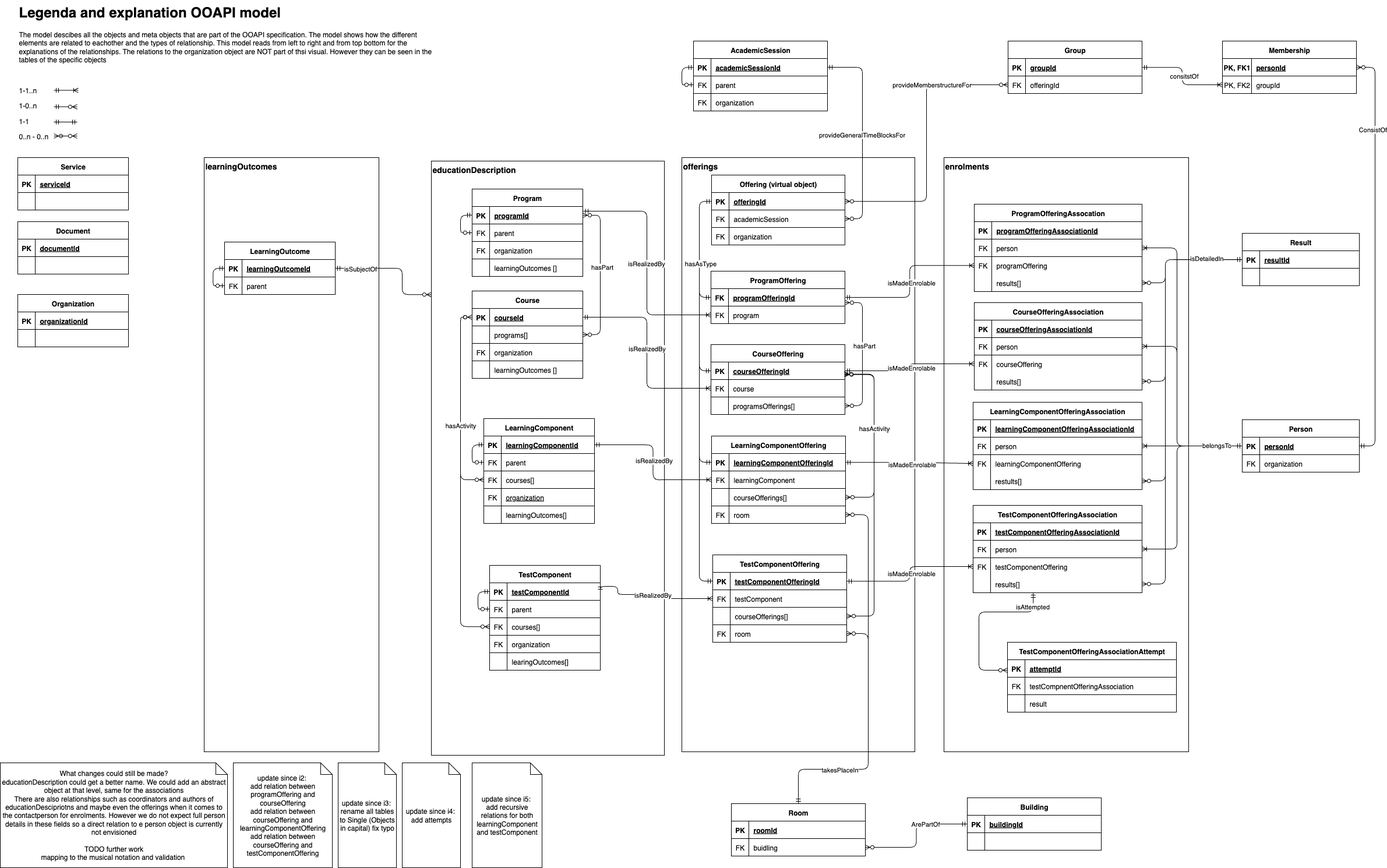
This is v6/ooapi_v6.png from open-education-api/specification, a draw.io export, as it was before one commit. Source tidied: cells renumbered, new cells last; positions are measured from the earlier drawing's top-left corner, leaving out a move shared by most shapes.
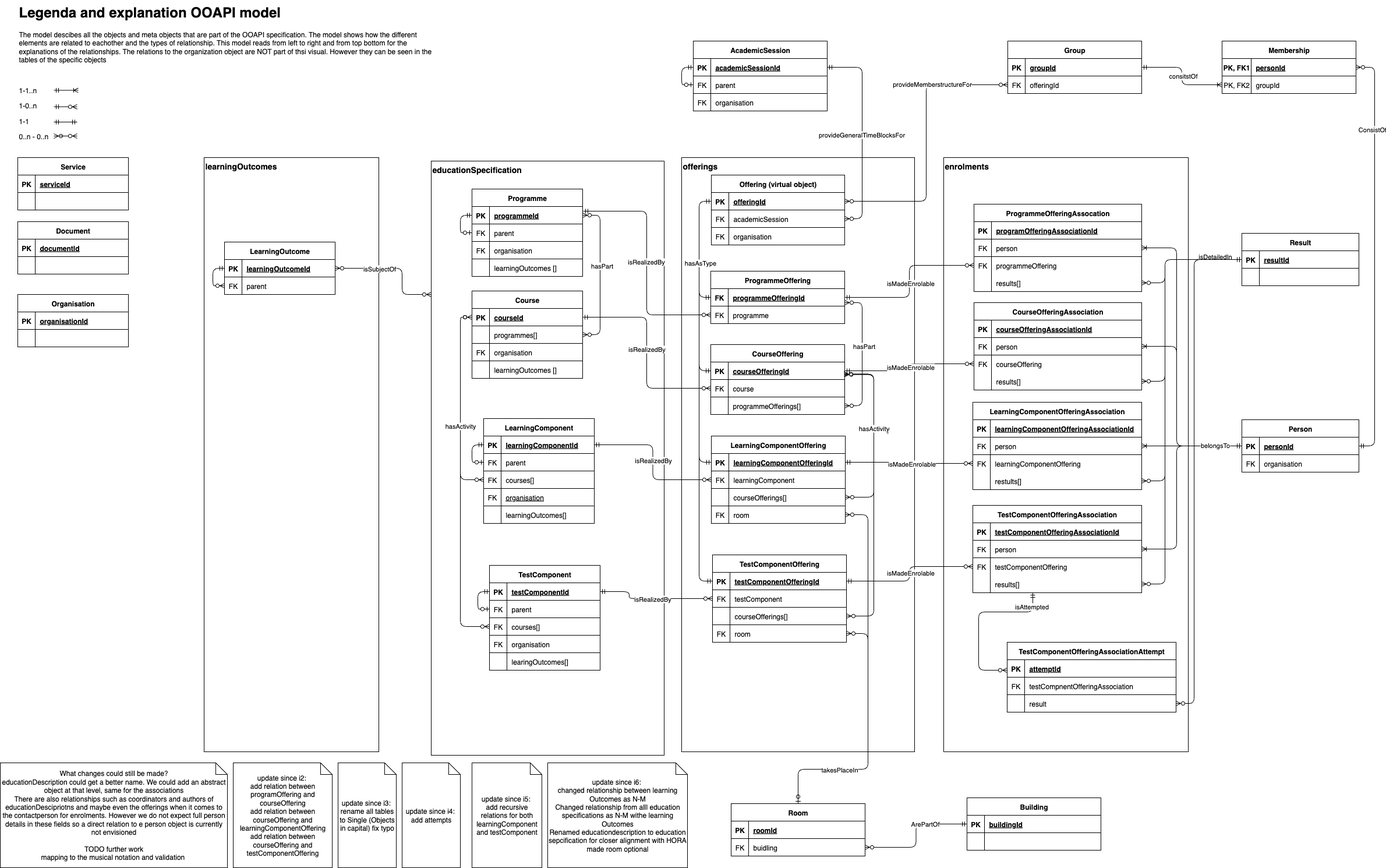
After the change.

Commit message:
fix HORA alignment on leanringOutcomes fix model with language to UK english

Change to the diagram source:
```diff
@@ -7,3 +7,3 @@
     </mxCell>
-    <mxCell id="3" value="&lt;font style=&quot;font-size: 14px;&quot;&gt;&lt;b&gt;educationDescription&lt;/b&gt;&lt;/font&gt;" style="rounded=0;whiteSpace=wrap;html=1;align=left;verticalAlign=top;" parent="1" vertex="1">
+    <mxCell id="3" value="&lt;font style=&quot;font-size: 14px;&quot;&gt;&lt;b&gt;educationSpecification&lt;/b&gt;&lt;/font&gt;" style="rounded=0;whiteSpace=wrap;html=1;align=left;verticalAlign=top;" parent="1" vertex="1">
       <mxGeometry x="740" y="276" width="400" height="1020" as="geometry" />
@@ -16,3 +16,3 @@
     </mxCell>
-    <mxCell id="6" style="edgeStyle=orthogonalEdgeStyle;endArrow=ERoneToMany;startArrow=ERmandOne;endFill=0;startFill=0;entryX=0;entryY=0.5;entryDx=0;entryDy=0;" parent="1" edge="1" source="9" target="25">
+    <mxCell id="6" style="edgeStyle=orthogonalEdgeStyle;endArrow=ERzeroToMany;startArrow=ERmandOne;endFill=0;startFill=0;entryX=0;entryY=0.5;entryDx=0;entryDy=0;" parent="1" edge="1" source="9" target="25">
       <mxGeometry relative="1" as="geometry" />
@@ -40,3 +40,3 @@
     </mxCell>
-    <mxCell id="14" value="programs[]" style="shape=partialRectangle;overflow=hidden;fillColor=none;top=0;left=0;bottom=0;right=0;align=left;spacingLeft=6;fontStyle=0;" parent="12" vertex="1">
+    <mxCell id="14" value="programmes[]" style="shape=partialRectangle;overflow=hidden;fillColor=none;top=0;left=0;bottom=0;right=0;align=left;spacingLeft=6;fontStyle=0;" parent="12" vertex="1">
       <mxGeometry x="30" width="160" height="30" as="geometry" />
@@ -49,3 +49,3 @@
     </mxCell>
-    <mxCell id="17" value="organization" style="shape=partialRectangle;overflow=hidden;fillColor=none;top=0;left=0;bottom=0;right=0;align=left;spacingLeft=6;fontStyle=0;" parent="15" vertex="1">
+    <mxCell id="17" value="organisation" style="shape=partialRectangle;overflow=hidden;fillColor=none;top=0;left=0;bottom=0;right=0;align=left;spacingLeft=6;fontStyle=0;" parent="15" vertex="1">
       <mxGeometry x="30" width="160" height="30" as="geometry" />
@@ -88,3 +88,3 @@
     </mxCell>
-    <mxCell id="30" value="programsOfferings[]" style="shape=partialRectangle;overflow=hidden;fillColor=none;top=0;left=0;bottom=0;right=0;align=left;spacingLeft=6;" parent="28" vertex="1">
+    <mxCell id="30" value="programmeOfferings[]" style="shape=partialRectangle;overflow=hidden;fillColor=none;top=0;left=0;bottom=0;right=0;align=left;spacingLeft=6;" parent="28" vertex="1">
       <mxGeometry x="30" width="200" height="30" as="geometry" />
@@ -127,3 +127,3 @@
     </mxCell>
-    <mxCell id="43" value="organization" style="shape=partialRectangle;overflow=hidden;fillColor=none;top=0;left=0;bottom=0;right=0;align=left;spacingLeft=6;fontStyle=4;" parent="41" vertex="1">
+    <mxCell id="43" value="organisation" style="shape=partialRectangle;overflow=hidden;fillColor=none;top=0;left=0;bottom=0;right=0;align=left;spacingLeft=6;fontStyle=4;" parent="41" vertex="1">
       <mxGeometry x="30" width="160" height="30" as="geometry" />
@@ -145,3 +145,3 @@
     </mxCell>
-    <mxCell id="49" value="Program" style="shape=table;startSize=30;rowLines=0;fontStyle=1;align=center;" parent="1" vertex="1">
+    <mxCell id="49" value="Programme" style="shape=table;startSize=30;rowLines=0;fontStyle=1;align=center;" parent="1" vertex="1">
       <mxGeometry x="810" y="324" width="190" height="150" as="geometry" />
@@ -154,3 +154,3 @@
     </mxCell>
-    <mxCell id="52" value="programId" style="shape=partialRectangle;overflow=hidden;fillColor=none;top=0;left=0;bottom=0;right=0;align=left;spacingLeft=6;fontStyle=5;" parent="50" vertex="1">
+    <mxCell id="52" value="programmeId" style="shape=partialRectangle;overflow=hidden;fillColor=none;top=0;left=0;bottom=0;right=0;align=left;spacingLeft=6;fontStyle=5;" parent="50" vertex="1">
       <mxGeometry x="30" width="160" height="30" as="geometry" />
@@ -172,3 +172,3 @@
     </mxCell>
-    <mxCell id="58" value="organization" style="shape=partialRectangle;overflow=hidden;fillColor=none;top=0;left=0;bottom=0;right=0;align=left;spacingLeft=6;fontStyle=0;" parent="56" vertex="1">
+    <mxCell id="58" value="organisation" style="shape=partialRectangle;overflow=hidden;fillColor=none;top=0;left=0;bottom=0;right=0;align=left;spacingLeft=6;fontStyle=0;" parent="56" vertex="1">
       <mxGeometry x="30" width="160" height="30" as="geometry" />
@@ -223,3 +223,3 @@
     </mxCell>
-    <mxCell id="75" value="organization" style="shape=partialRectangle;overflow=hidden;fillColor=none;top=0;left=0;bottom=0;right=0;align=left;spacingLeft=6;fontStyle=0;" parent="73" vertex="1">
+    <mxCell id="75" value="organisation" style="shape=partialRectangle;overflow=hidden;fillColor=none;top=0;left=0;bottom=0;right=0;align=left;spacingLeft=6;fontStyle=0;" parent="73" vertex="1">
       <mxGeometry x="30" width="160" height="30" as="geometry" />
@@ -251,3 +251,3 @@
     </mxCell>
-    <mxCell id="82" value="ProgramOffering" style="shape=table;startSize=30;rowLines=0;fontStyle=1;align=center;" parent="1" vertex="1">
+    <mxCell id="82" value="ProgrammeOffering" style="shape=table;startSize=30;rowLines=0;fontStyle=1;align=center;" parent="1" vertex="1">
       <mxGeometry x="1220" y="465" width="230" height="90" as="geometry" />
@@ -260,3 +260,3 @@
     </mxCell>
-    <mxCell id="85" value="programOfferingId" style="shape=partialRectangle;overflow=hidden;fillColor=none;top=0;left=0;bottom=0;right=0;align=left;spacingLeft=6;fontStyle=5;" parent="83" vertex="1">
+    <mxCell id="85" value="programmeOfferingId" style="shape=partialRectangle;overflow=hidden;fillColor=none;top=0;left=0;bottom=0;right=0;align=left;spacingLeft=6;fontStyle=5;" parent="83" vertex="1">
       <mxGeometry x="30" width="200" height="30" as="geometry" />
@@ -269,6 +269,6 @@
     </mxCell>
-    <mxCell id="88" value="program" style="shape=partialRectangle;overflow=hidden;fillColor=none;top=0;left=0;bottom=0;right=0;align=left;spacingLeft=6;" parent="86" vertex="1">
+    <mxCell id="88" value="programme" style="shape=partialRectangle;overflow=hidden;fillColor=none;top=0;left=0;bottom=0;right=0;align=left;spacingLeft=6;" parent="86" vertex="1">
       <mxGeometry x="30" width="200" height="30" as="geometry" />
     </mxCell>
-    <mxCell id="89" style="edgeStyle=orthogonalEdgeStyle;endArrow=ERoneToMany;startArrow=ERmandOne;endFill=0;startFill=0;exitX=1.005;exitY=0.267;exitDx=0;exitDy=0;exitPerimeter=0;" parent="1" edge="1" source="50" target="86">
+    <mxCell id="89" style="edgeStyle=orthogonalEdgeStyle;endArrow=ERzeroToMany;startArrow=ERmandOne;endFill=0;startFill=0;exitX=1.005;exitY=0.267;exitDx=0;exitDy=0;exitPerimeter=0;" parent="1" edge="1" source="50" target="86">
       <mxGeometry relative="1" as="geometry" />
@@ -398,3 +398,3 @@
     </mxCell>
-    <mxCell id="131" value="ProgramOfferingAssocation" style="shape=table;startSize=30;rowLines=0;fontStyle=1;align=center;" parent="1" vertex="1">
+    <mxCell id="131" value="ProgrammeOfferingAssocation" style="shape=table;startSize=30;rowLines=0;fontStyle=1;align=center;" parent="1" vertex="1">
       <mxGeometry x="1672" y="350" width="288" height="150" as="geometry" />
@@ -425,3 +425,3 @@
     </mxCell>
-    <mxCell id="140" value="programOffering" style="shape=partialRectangle;overflow=hidden;fillColor=none;top=0;left=0;bottom=0;right=0;align=left;spacingLeft=6;" parent="138" vertex="1">
+    <mxCell id="140" value="programmeOffering" style="shape=partialRectangle;overflow=hidden;fillColor=none;top=0;left=0;bottom=0;right=0;align=left;spacingLeft=6;" parent="138" vertex="1">
       <mxGeometry x="30" width="258" height="30" as="geometry" />
@@ -539,6 +539,6 @@
     </mxCell>
-    <mxCell id="178" style="edgeStyle=orthogonalEdgeStyle;rounded=1;jettySize=auto;html=1;exitX=0;exitY=0.5;exitDx=0;exitDy=0;endArrow=ERmandOne;startFill=0;startArrow=ERzeroToOne;endFill=0;curved=0;" parent="171" edge="1" source="175" target="172">
+    <mxCell id="178" style="edgeStyle=orthogonalEdgeStyle;rounded=1;jettySize=auto;html=1;exitX=0;exitY=0.5;exitDx=0;exitDy=0;endArrow=ERmandOne;startFill=0;startArrow=ERzeroToMany;endFill=0;curved=0;" parent="171" edge="1" source="175" target="172">
       <mxGeometry relative="1" as="geometry" />
     </mxCell>
-    <mxCell id="179" style="edgeStyle=orthogonalEdgeStyle;rounded=1;jettySize=auto;html=1;endArrow=ERmandOne;endFill=0;startArrow=ERzeroToMany;startFill=0;curved=0;entryX=1;entryY=0.5;entryDx=0;entryDy=0;" parent="1" edge="1" source="3" target="172">
+    <mxCell id="179" style="edgeStyle=orthogonalEdgeStyle;rounded=1;jettySize=auto;html=1;endArrow=ERzeroToMany;endFill=0;startArrow=ERzeroToMany;startFill=0;curved=0;entryX=1;entryY=0.5;entryDx=0;entryDy=0;" parent="1" edge="1" source="3" target="172">
       <mxGeometry relative="1" as="geometry">
@@ -551,5 +551,7 @@
     <mxCell id="180" value="isSubjectOf" style="edgeLabel;html=1;align=center;verticalAlign=middle;" parent="179" vertex="1">
-      <mxGeometry x="0.6" relative="1" as="geometry" />
+      <mxGeometry x="0.6" relative="1" as="geometry">
+        <mxPoint x="33" as="offset" />
+      </mxGeometry>
     </mxCell>
-    <mxCell id="181" style="edgeStyle=orthogonalEdgeStyle;rounded=1;jettySize=auto;html=1;exitX=1;exitY=0.5;exitDx=0;exitDy=0;entryX=0;entryY=0.5;entryDx=0;entryDy=0;endArrow=ERoneToMany;endFill=0;startArrow=ERmandOne;startFill=0;curved=0;" parent="1" edge="1" source="32" target="95">
+    <mxCell id="181" style="edgeStyle=orthogonalEdgeStyle;rounded=1;jettySize=auto;html=1;exitX=1;exitY=0.5;exitDx=0;exitDy=0;entryX=0;entryY=0.5;entryDx=0;entryDy=0;endArrow=ERzeroToMany;endFill=0;startArrow=ERmandOne;startFill=0;curved=0;" parent="1" edge="1" source="32" target="95">
       <mxGeometry relative="1" as="geometry" />
@@ -559,9 +561,7 @@
     </mxCell>
-    <mxCell id="183" style="edgeStyle=orthogonalEdgeStyle;rounded=1;jettySize=auto;html=1;endArrow=ERoneToMany;endFill=0;startArrow=ERmandOne;startFill=0;curved=0;exitX=1;exitY=0.5;exitDx=0;exitDy=0;entryX=0;entryY=0.5;entryDx=0;entryDy=0;" parent="1" edge="1" source="64" target="108">
+    <mxCell id="183" style="edgeStyle=orthogonalEdgeStyle;rounded=1;jettySize=auto;html=1;endArrow=ERzeroToMany;endFill=0;startArrow=ERmandOne;startFill=0;curved=0;exitX=1;exitY=0.5;exitDx=0;exitDy=0;entryX=0;entryY=0.5;entryDx=0;entryDy=0;" parent="1" edge="1" source="64" target="108">
       <mxGeometry relative="1" as="geometry">
         <Array as="points">
-          <mxPoint x="1060" y="1006" />
-          <mxPoint x="1060" y="1020" />
-          <mxPoint x="1120" y="1020" />
-          <mxPoint x="1120" y="1027" />
+          <mxPoint x="1080" y="1015" />
+          <mxPoint x="1080" y="1027" />
         </Array>
@@ -570,5 +570,7 @@
     <mxCell id="184" value="isRealizedBy" style="edgeLabel;html=1;align=center;verticalAlign=middle;" parent="183" vertex="1">
-      <mxGeometry relative="1" as="geometry" />
+      <mxGeometry relative="1" as="geometry">
+        <mxPoint x="-1" as="offset" />
+      </mxGeometry>
     </mxCell>
-    <mxCell id="185" style="edgeStyle=orthogonalEdgeStyle;rounded=1;jettySize=auto;html=1;curved=0;endArrow=ERoneToMany;endFill=0;startArrow=ERmandOne;startFill=0;" parent="1" edge="1" source="83" target="138">
+    <mxCell id="185" style="edgeStyle=orthogonalEdgeStyle;rounded=1;jettySize=auto;html=1;curved=0;endArrow=ERzeroToMany;endFill=0;startArrow=ERmandOne;startFill=0;" parent="1" edge="1" source="83" target="138">
       <mxGeometry relative="1" as="geometry" />
@@ -578,3 +580,3 @@
     </mxCell>
-    <mxCell id="187" style="edgeStyle=orthogonalEdgeStyle;rounded=1;jettySize=auto;html=1;curved=0;endArrow=ERoneToMany;endFill=0;startArrow=ERmandOne;startFill=0;" parent="1" edge="1" source="22" target="125">
+    <mxCell id="187" style="edgeStyle=orthogonalEdgeStyle;rounded=1;jettySize=auto;html=1;curved=0;endArrow=ERzeroToMany;endFill=0;startArrow=ERmandOne;startFill=0;" parent="1" edge="1" source="22" target="125">
       <mxGeometry relative="1" as="geometry" />
@@ -584,3 +586,3 @@
     </mxCell>
-    <mxCell id="189" style="edgeStyle=orthogonalEdgeStyle;rounded=1;jettySize=auto;html=1;curved=0;endArrow=ERoneToMany;endFill=0;startArrow=ERmandOne;startFill=0;" parent="1" edge="1" source="92" target="151">
+    <mxCell id="189" style="edgeStyle=orthogonalEdgeStyle;rounded=1;jettySize=auto;html=1;curved=0;endArrow=ERzeroToMany;endFill=0;startArrow=ERmandOne;startFill=0;" parent="1" edge="1" source="92" target="151">
       <mxGeometry relative="1" as="geometry" />
@@ -590,3 +592,3 @@
     </mxCell>
-    <mxCell id="191" style="edgeStyle=orthogonalEdgeStyle;rounded=1;jettySize=auto;html=1;curved=0;endArrow=ERoneToMany;endFill=0;startArrow=ERmandOne;startFill=0;" parent="1" edge="1" source="105" target="164">
+    <mxCell id="191" style="edgeStyle=orthogonalEdgeStyle;rounded=1;jettySize=auto;html=1;curved=0;endArrow=ERzeroToMany;endFill=0;startArrow=ERmandOne;startFill=0;" parent="1" edge="1" source="105" target="164">
       <mxGeometry relative="1" as="geometry" />
@@ -614,3 +616,3 @@
     </mxCell>
-    <mxCell id="199" value="organization" style="shape=partialRectangle;overflow=hidden;fillColor=none;top=0;left=0;bottom=0;right=0;align=left;spacingLeft=6;" parent="197" vertex="1">
+    <mxCell id="199" value="organisation" style="shape=partialRectangle;overflow=hidden;fillColor=none;top=0;left=0;bottom=0;right=0;align=left;spacingLeft=6;" parent="197" vertex="1">
       <mxGeometry x="30" width="171" height="30" as="geometry" />
@@ -767,3 +769,3 @@
     </mxCell>
-    <mxCell id="242" value="organization" style="shape=partialRectangle;overflow=hidden;fillColor=none;top=0;left=0;bottom=0;right=0;align=left;spacingLeft=6;" parent="240" vertex="1">
+    <mxCell id="242" value="organisation" style="shape=partialRectangle;overflow=hidden;fillColor=none;top=0;left=0;bottom=0;right=0;align=left;spacingLeft=6;" parent="240" vertex="1">
       <mxGeometry x="30" width="199" height="30" as="geometry" />
@@ -827,3 +829,5 @@
     <mxCell id="251" value="isDetailedIn" style="edgeLabel;html=1;align=center;verticalAlign=middle;" parent="250" vertex="1">
-      <mxGeometry x="-0.83" y="-3" relative="1" as="geometry" />
+      <mxGeometry x="-0.83" y="-3" relative="1" as="geometry">
+        <mxPoint x="15" y="-3" as="offset" />
+      </mxGeometry>
     </mxCell>
@@ -888,3 +892,3 @@
     </mxCell>
-    <mxCell id="269" style="edgeStyle=orthogonalEdgeStyle;rounded=1;jettySize=auto;html=1;exitX=1;exitY=0.5;exitDx=0;exitDy=0;endArrow=ERmandOne;endFill=0;startArrow=ERzeroToMany;startFill=0;entryX=0.5;entryY=0;entryDx=0;entryDy=0;curved=0;" parent="1" edge="1" source="101" target="252">
+    <mxCell id="269" style="edgeStyle=orthogonalEdgeStyle;rounded=1;jettySize=auto;html=1;exitX=1;exitY=0.5;exitDx=0;exitDy=0;endArrow=ERzeroToOne;endFill=0;startArrow=ERzeroToMany;startFill=0;entryX=0.5;entryY=0;entryDx=0;entryDy=0;curved=0;" parent="1" edge="1" source="101" target="252">
       <mxGeometry relative="1" as="geometry">
@@ -971,3 +975,3 @@
     </mxCell>
-    <mxCell id="294" value="organization" style="shape=partialRectangle;overflow=hidden;fillColor=none;top=0;left=0;bottom=0;right=0;align=left;spacingLeft=6;" parent="292" vertex="1">
+    <mxCell id="294" value="organisation" style="shape=partialRectangle;overflow=hidden;fillColor=none;top=0;left=0;bottom=0;right=0;align=left;spacingLeft=6;" parent="292" vertex="1">
       <mxGeometry x="30" width="200" height="30" as="geometry" />
@@ -1007,3 +1011,3 @@
     </mxCell>
-    <mxCell id="303" value="Organization" style="shape=table;startSize=30;rowLines=0;fontStyle=1;align=center;" parent="1" vertex="1">
+    <mxCell id="303" value="Organisation" style="shape=table;startSize=30;rowLines=0;fontStyle=1;align=center;" parent="1" vertex="1">
       <mxGeometry x="30" y="505" width="190" height="90" as="geometry" />
@@ -1016,3 +1020,3 @@
     </mxCell>
-    <mxCell id="306" value="organizationId" style="shape=partialRectangle;overflow=hidden;fillColor=none;top=0;left=0;bottom=0;right=0;align=left;spacingLeft=6;fontStyle=5;" parent="304" vertex="1">
+    <mxCell id="306" value="organisationId" style="shape=partialRectangle;overflow=hidden;fillColor=none;top=0;left=0;bottom=0;right=0;align=left;spacingLeft=6;fontStyle=5;" parent="304" vertex="1">
       <mxGeometry x="30" width="160" height="30" as="geometry" />
@@ -1125,2 +1129,13 @@
     </mxCell>
+    <mxCell id="334" value="update since i6:&amp;nbsp;&lt;div&gt;changed relationship between learning Outcomes as N-M&lt;/div&gt;&lt;div&gt;Changed relationship from alll education specifications as N-M withe learning Outcomes&lt;/div&gt;&lt;div&gt;Renamed educationdescription to education sepcification for closer alignment with HORA&lt;/div&gt;&lt;div&gt;made room optional&lt;/div&gt;" style="shape=note;size=20;whiteSpace=wrap;html=1;" parent="1" vertex="1">
+      <mxGeometry x="940" y="1309" width="240" height="180" as="geometry" />
+    </mxCell>
+    <mxCell id="335" style="edgeStyle=orthogonalEdgeStyle;rounded=1;jettySize=auto;html=1;exitX=0;exitY=0.5;exitDx=0;exitDy=0;endArrow=ERzeroToMany;endFill=0;startArrow=ERmandOne;startFill=0;curved=0;entryX=1;entryY=0.5;entryDx=0;entryDy=0;" parent="1" edge="1" source="206" target="328">
+      <mxGeometry relative="1" as="geometry">
+        <Array as="points">
+          <mxPoint x="2050" y="445" />
+          <mxPoint x="2050" y="1207" />
+        </Array>
+      </mxGeometry>
+    </mxCell>
   </root>
```
